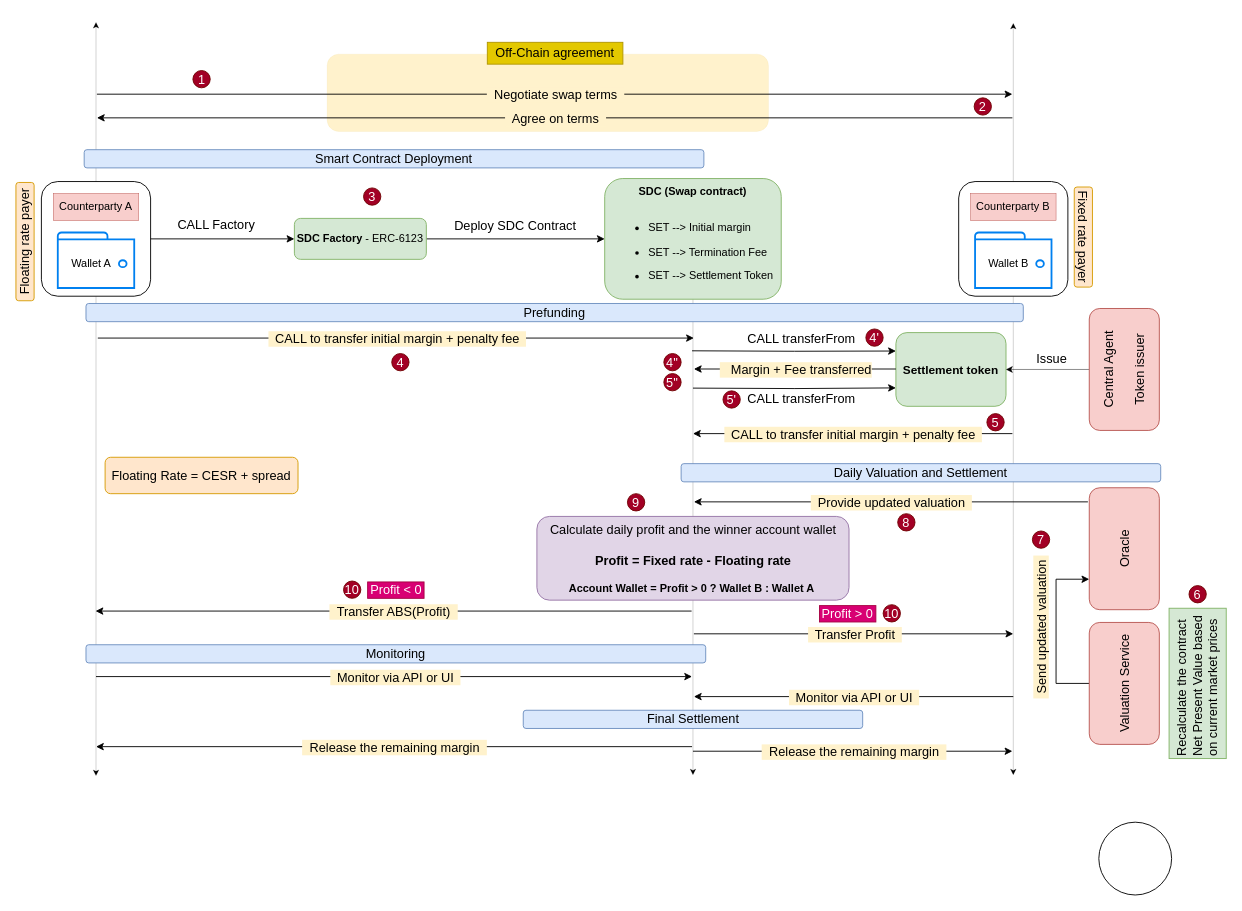
This is page "Architecture" (2 of 3) of qualitaX.drawio from Edoumou/drawings, a draw.io file, before an edit. Source tidied: cells renumbered, new cells numbered last; positions are measured from the earlier drawing's top-left corner, leaving out a move shared by most shapes. Both pictures are drawn from the tidied source at 91%, with x=0, y=0 at pixel (-35, 22).
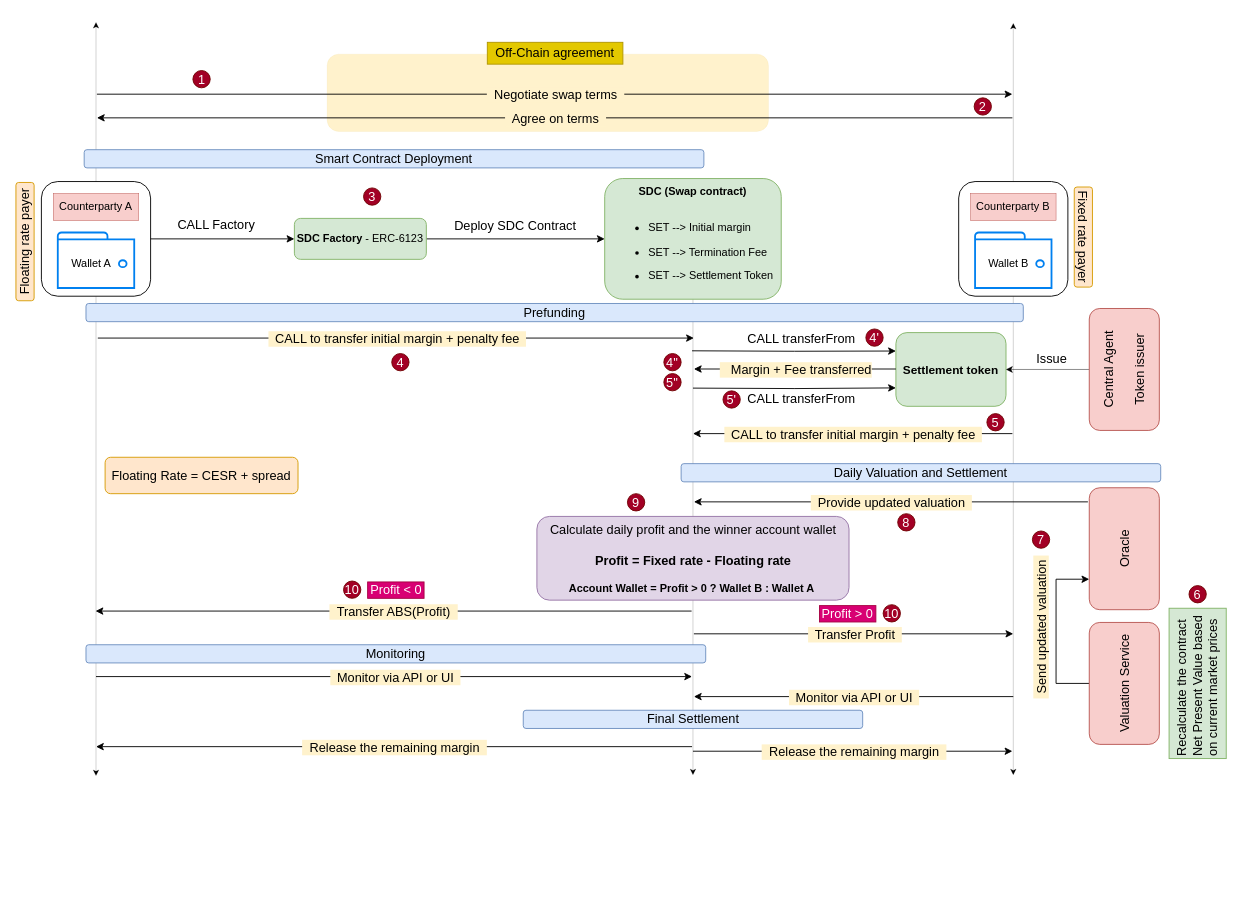
After the change.

Diff of the diagram source:
```diff
@@
-    <mxCell id="26" style="ellipse;whiteSpace=wrap;html=1;" parent="1" vertex="1">
-      <mxGeometry x="1245" y="879" width="80" height="80" as="geometry" />
-    </mxCell>
```
